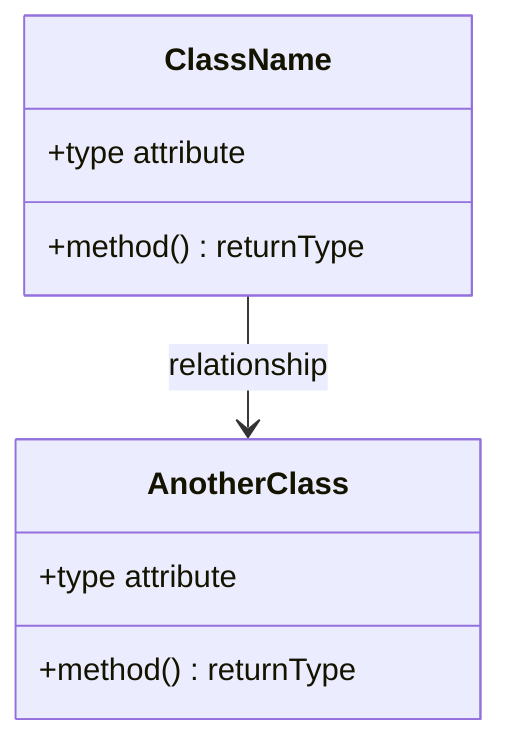
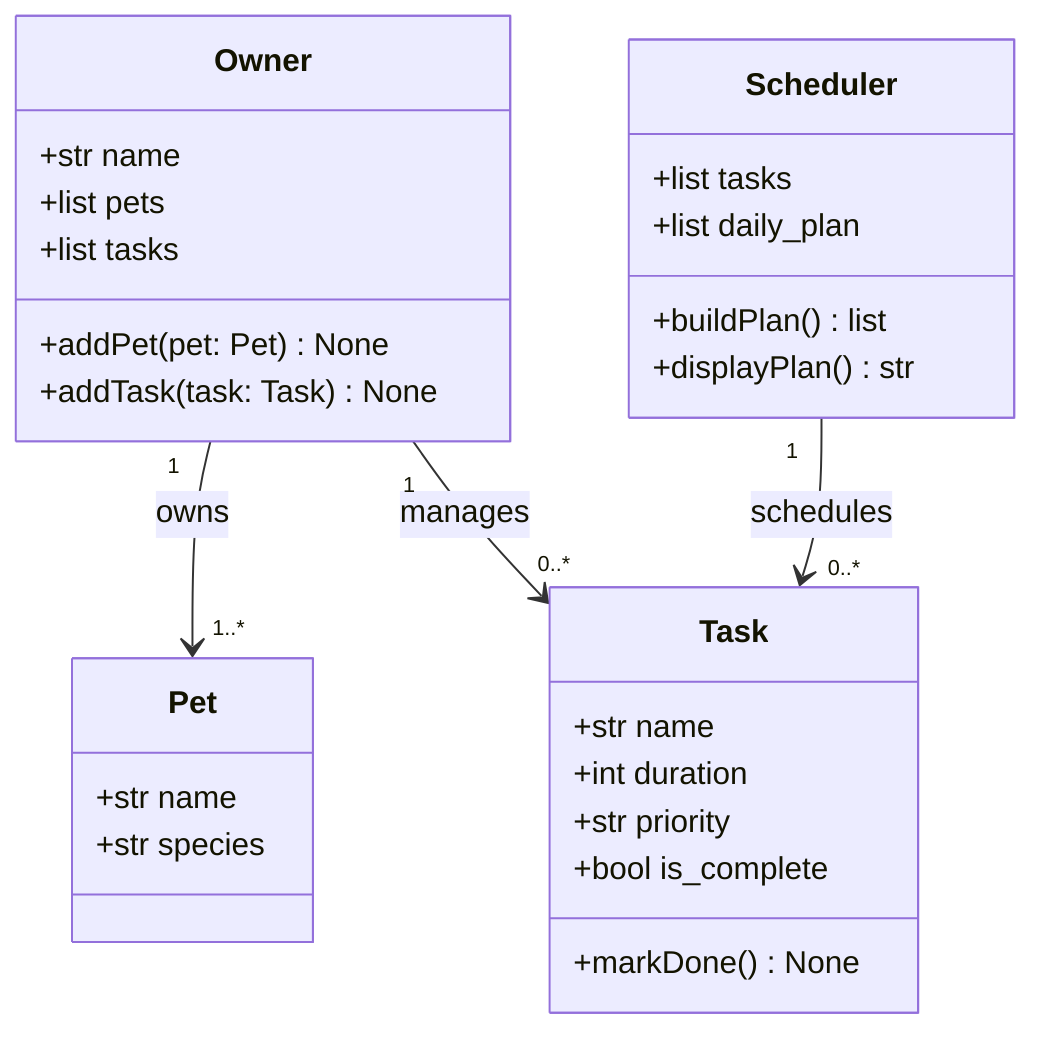
classDiagram
-     %% Replace the placeholders below with your actual classes, attributes, methods, and relationships.
-     %% Keep this file updated so it matches your final implementation.
- 
-     class ClassName {
-         +type attribute
-         +method() returnType
+     class Owner {
+         +str name
+         +list pets
+         +list tasks
+         +addPet(pet: Pet) None
+         +addTask(task: Task) None
    }

-     class AnotherClass {
-         +type attribute
-         +method() returnType
+     class Pet {
+         +str name
+         +str species
    }

-     ClassName --> AnotherClass : relationship
+     class Task {
+         +str name
+         +int duration
+         +str priority
+         +bool is_complete
+         +markDone() None
+     }
+ 
+     class Scheduler {
+         +list tasks
+         +list daily_plan
+         +buildPlan() list
+         +displayPlan() str
+     }
+ 
+     Owner "1" --> "1..*" Pet : owns
+     Owner "1" --> "0..*" Task : manages
+     Scheduler "1" --> "0..*" Task : schedules
